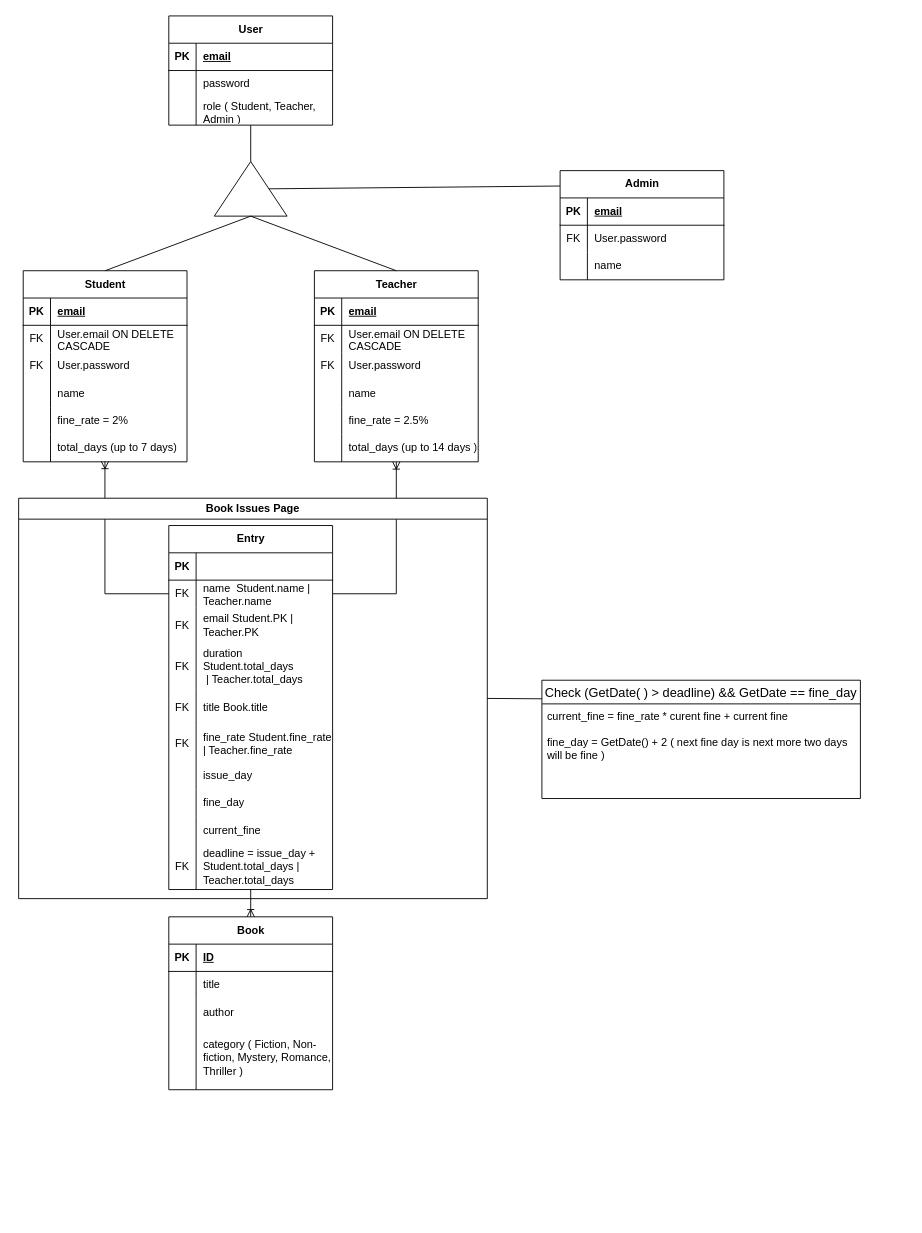
This is ERM.drawio from devadaviddd/BE-Library-Management, a draw.io file, before an edit. Source tidied: cells renumbered, new cells numbered last; positions are measured from the earlier drawing's top-left corner, leaving out a move shared by most shapes. Both pictures are drawn from the tidied source at 91%, with x=0, y=0 at pixel (18, 15).
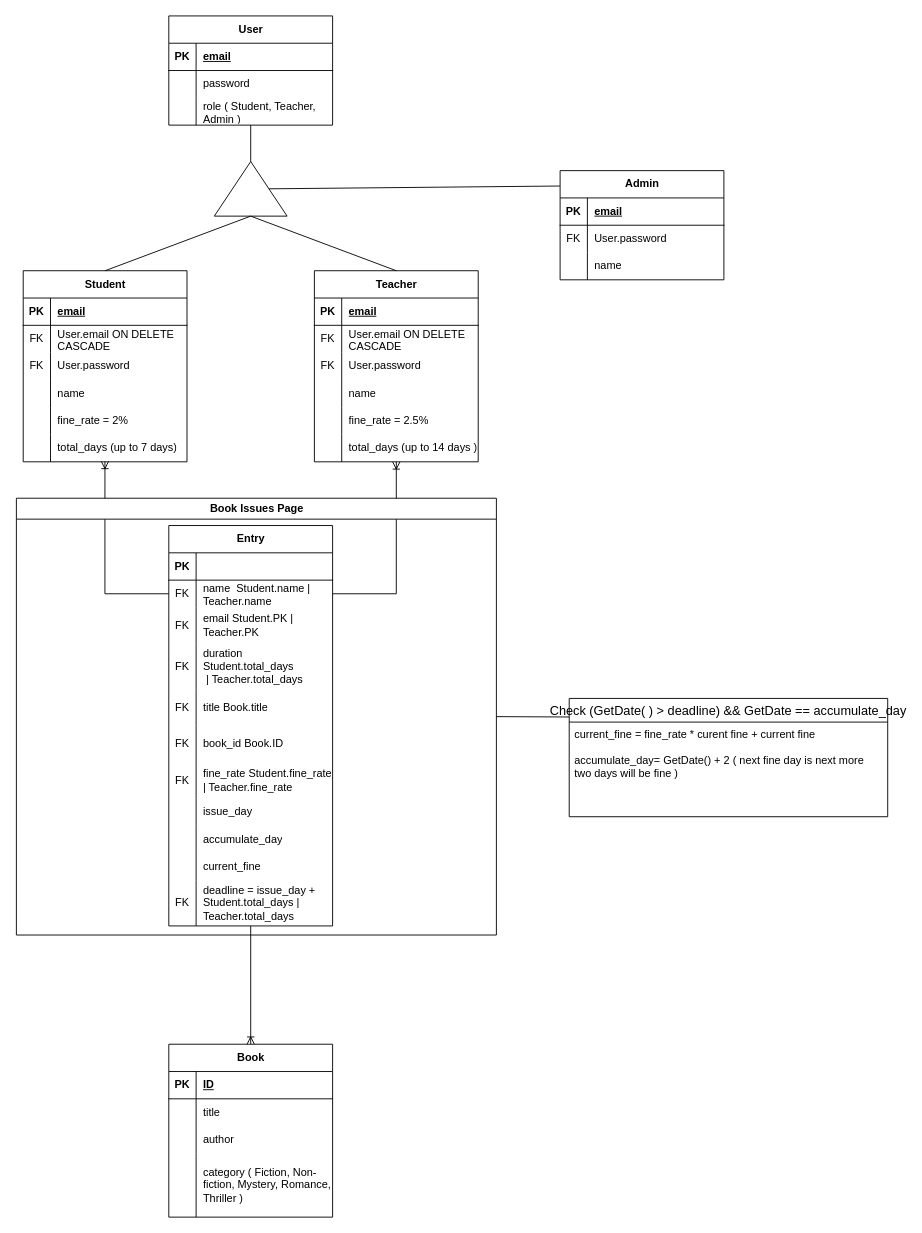
Above is the later version.

Commit message (it also covers changes not shown here):
Entry & Book creation

Change to the diagram source:
```diff
@@
     <mxCell id="54" value="Book" style="shape=table;startSize=30;childLayout=tableLayout;rowLines=0;fontStyle=1;align=center;html=1;" parent="1" vertex="1">
-      <mxGeometry x="165" y="990" width="180" height="190" as="geometry" />
+      <mxGeometry x="165" y="1130" width="180" height="190" as="geometry" />
     </mxCell>
@@
     <mxCell id="70" value="Entry" style="shape=table;startSize=30;childLayout=tableLayout;rowLines=0;fontStyle=1;align=center;html=1;" parent="1" vertex="1">
-      <mxGeometry x="165" y="560" width="180" height="400" as="geometry" />
+      <mxGeometry x="165" y="560" width="180" height="440" as="geometry" />
     </mxCell>
@@
+    <mxCell id="116" style="shape=tableRow;horizontal=0;startSize=0;swimlaneHead=0;swimlaneBody=0;fillColor=none;top=0;left=0;right=0;bottom=0;" parent="70" vertex="1">
+      <mxGeometry y="220" width="180" height="40" as="geometry" />
+    </mxCell>
+    <mxCell id="117" value="FK" style="shape=partialRectangle;fillColor=none;top=0;left=0;bottom=0;right=0;overflow=hidden;whiteSpace=wrap;html=1;" parent="116" vertex="1">
+      <mxGeometry width="30" height="40" as="geometry" />
+    </mxCell>
+    <mxCell id="118" value="book_id Book.ID" style="shape=partialRectangle;fillColor=none;top=0;left=0;bottom=0;right=0;align=left;spacingLeft=6;overflow=hidden;whiteSpace=wrap;html=1;" parent="116" vertex="1">
+      <mxGeometry x="30" width="150" height="40" as="geometry" />
+    </mxCell>
     <mxCell id="86" style="shape=tableRow;horizontal=0;startSize=0;swimlaneHead=0;swimlaneBody=0;fillColor=none;top=0;left=0;right=0;bottom=0;" parent="70" vertex="1">
-      <mxGeometry y="220" width="180" height="40" as="geometry" />
+      <mxGeometry y="260" width="180" height="40" as="geometry" />
     </mxCell>
@@
     <mxCell id="89" style="shape=tableRow;horizontal=0;startSize=0;swimlaneHead=0;swimlaneBody=0;fillColor=none;top=0;left=0;right=0;bottom=0;" parent="70" vertex="1">
-      <mxGeometry y="260" width="180" height="30" as="geometry" />
+      <mxGeometry y="300" width="180" height="30" as="geometry" />
     </mxCell>
@@
     <mxCell id="92" style="shape=tableRow;horizontal=0;startSize=0;swimlaneHead=0;swimlaneBody=0;fillColor=none;top=0;left=0;right=0;bottom=0;" parent="70" vertex="1">
-      <mxGeometry y="290" width="180" height="30" as="geometry" />
+      <mxGeometry y="330" width="180" height="30" as="geometry" />
     </mxCell>
@@
-    <mxCell id="94" value="fine_day" style="shape=partialRectangle;fillColor=none;top=0;left=0;bottom=0;right=0;align=left;spacingLeft=6;overflow=hidden;whiteSpace=wrap;html=1;" parent="92" vertex="1">
+    <mxCell id="94" value="accumulate_day" style="shape=partialRectangle;fillColor=none;top=0;left=0;bottom=0;right=0;align=left;spacingLeft=6;overflow=hidden;whiteSpace=wrap;html=1;" parent="92" vertex="1">
       <mxGeometry x="30" width="150" height="30" as="geometry" />
     </mxCell>
     <mxCell id="95" style="shape=tableRow;horizontal=0;startSize=0;swimlaneHead=0;swimlaneBody=0;fillColor=none;top=0;left=0;right=0;bottom=0;" parent="70" vertex="1">
-      <mxGeometry y="320" width="180" height="30" as="geometry" />
+      <mxGeometry y="360" width="180" height="30" as="geometry" />
     </mxCell>
@@
     <mxCell id="98" style="shape=tableRow;horizontal=0;startSize=0;swimlaneHead=0;swimlaneBody=0;fillColor=none;top=0;left=0;right=0;bottom=0;" parent="70" vertex="1">
-      <mxGeometry y="350" width="180" height="50" as="geometry" />
+      <mxGeometry y="390" width="180" height="50" as="geometry" />
     </mxCell>
@@
     <mxCell id="101" value="Book Issues Page" style="swimlane;whiteSpace=wrap;html=1;startSize=23;" parent="1" vertex="1">
-      <mxGeometry y="530" width="515" height="440" as="geometry" />
+      <mxGeometry x="-2.5" y="530" width="527.5" height="480" as="geometry" />
     </mxCell>
@@
-    <mxCell id="103" value="Check (GetDate( ) &gt; deadline) &amp;&amp; GetDate == fine_day" style="swimlane;fontStyle=0;horizontal=1;startSize=26;align=center;fontSize=14;" parent="1" vertex="1">
-      <mxGeometry x="575" y="730" width="350" height="130" as="geometry" />
+    <mxCell id="103" value="Check (GetDate( ) &gt; deadline) &amp;&amp; GetDate == accumulate_day" style="swimlane;fontStyle=0;horizontal=1;startSize=26;align=center;fontSize=14;" parent="1" vertex="1">
+      <mxGeometry x="605" y="750" width="350" height="130" as="geometry" />
     </mxCell>
-    <mxCell id="104" value="current_fine = fine_rate * curent fine + current fine&lt;br&gt;&lt;br&gt;fine_day = GetDate() + 2 ( next fine day is next more two days will be fine )" style="text;strokeColor=none;fillColor=none;spacingLeft=4;spacingRight=4;overflow=hidden;fontSize=12;whiteSpace=wrap;html=1;" parent="103" vertex="1">
+    <mxCell id="104" value="current_fine = fine_rate * curent fine + current fine&lt;br&gt;&lt;br&gt;accumulate_day= GetDate() + 2 ( next fine day is next more two days will be fine )" style="text;strokeColor=none;fillColor=none;spacingLeft=4;spacingRight=4;overflow=hidden;fontSize=12;whiteSpace=wrap;html=1;" parent="103" vertex="1">
       <mxGeometry y="26" width="350" height="104" as="geometry" />
     </mxCell>
```
